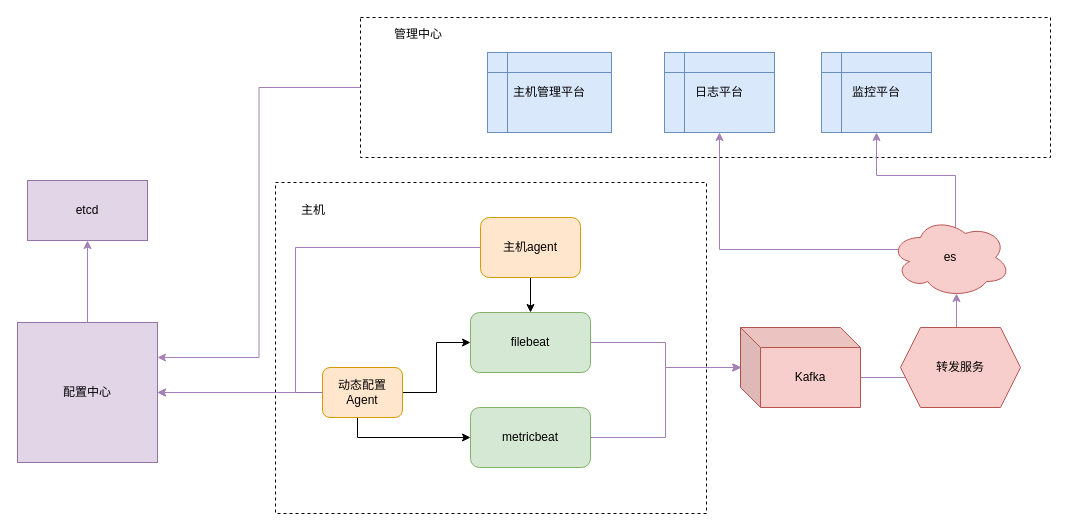
Earlier version of the draw.io diagram Untitled Diagram.drawio (ethfoo/drawio). Source tidied: cells renumbered, new cells numbered last; positions are measured from the earlier drawing's top-left corner, leaving out a move shared by most shapes. Both pictures are drawn from the tidied source at 100%, with x=0, y=0 at pixel (17, 17).
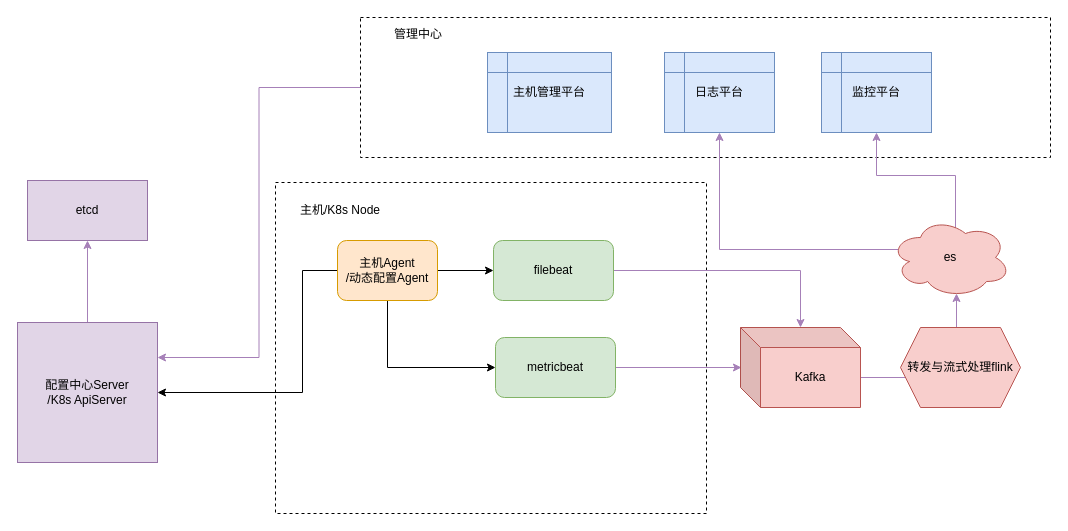
Above is the later version.

Change to the diagram source:
```diff
@@
-    <mxCell id="6" value="配置中心" style="whiteSpace=wrap;html=1;fillColor=#e1d5e7;strokeColor=#9673a6;" parent="1" vertex="1">
+    <mxCell id="6" value="配置中心Server&lt;br&gt;/K8s ApiServer" style="whiteSpace=wrap;html=1;fillColor=#e1d5e7;strokeColor=#9673a6;" parent="1" vertex="1">
       <mxGeometry y="305" width="140" height="140" as="geometry" />
     </mxCell>
-    <mxCell id="7" style="edgeStyle=orthogonalEdgeStyle;rounded=0;jettySize=auto;html=1;" parent="1" edge="1" source="9" target="11">
-      <mxGeometry relative="1" as="geometry" />
-    </mxCell>
-    <mxCell id="8" style="edgeStyle=orthogonalEdgeStyle;rounded=0;jettySize=auto;html=1;exitX=0.5;exitY=1;exitDx=0;exitDy=0;" parent="1" edge="1" source="9" target="13">
-      <mxGeometry relative="1" as="geometry">
-        <Array as="points">
-          <mxPoint x="340" y="420" />
-        </Array>
-      </mxGeometry>
-    </mxCell>
-    <mxCell id="9" value="动态配置Agent" style="rounded=1;whiteSpace=wrap;html=1;fillColor=#ffe6cc;strokeColor=#d79b00;" parent="1" vertex="1">
-      <mxGeometry x="305" y="350" width="80" height="50" as="geometry" />
-    </mxCell>
@@
     <mxCell id="11" value="filebeat" style="rounded=1;whiteSpace=wrap;html=1;fillColor=#d5e8d4;strokeColor=#82b366;" parent="1" vertex="1">
-      <mxGeometry x="453" y="295" width="120" height="60" as="geometry" />
+      <mxGeometry x="476" y="223" width="120" height="60" as="geometry" />
     </mxCell>
@@
     <mxCell id="13" value="metricbeat" style="rounded=1;whiteSpace=wrap;html=1;fillColor=#d5e8d4;strokeColor=#82b366;" parent="1" vertex="1">
-      <mxGeometry x="453" y="390" width="120" height="60" as="geometry" />
+      <mxGeometry x="478" y="320" width="120" height="60" as="geometry" />
     </mxCell>
-    <mxCell id="14" style="endArrow=classic;html=1;exitX=0;exitY=0.5;exitDx=0;exitDy=0;fillColor=#e1d5e7;strokeColor=#9673a6;" parent="1" edge="1" source="9" target="6">
-      <mxGeometry relative="1" as="geometry" />
-    </mxCell>
-    <mxCell id="15" value="主机" style="text;html=1;strokeColor=none;fillColor=none;align=center;verticalAlign=middle;whiteSpace=wrap;rounded=0;dashed=1;" parent="1" vertex="1">
-      <mxGeometry x="276" y="183" width="40" height="20" as="geometry" />
+    <mxCell id="15" value="主机/K8s Node" style="text;html=1;strokeColor=none;fillColor=none;align=center;verticalAlign=middle;whiteSpace=wrap;rounded=0;dashed=1;" parent="1" vertex="1">
+      <mxGeometry x="276" y="183" width="94" height="20" as="geometry" />
     </mxCell>
@@
+    <mxCell id="22" style="edgeStyle=orthogonalEdgeStyle;rounded=0;jettySize=auto;html=1;exitX=0;exitY=0.5;exitDx=0;exitDy=0;entryX=1;entryY=0.5;entryDx=0;entryDy=0;" parent="1" edge="1" source="23" target="6">
+      <mxGeometry relative="1" as="geometry">
+        <Array as="points">
+          <mxPoint x="285" y="253" />
+          <mxPoint x="285" y="375" />
+        </Array>
+      </mxGeometry>
+    </mxCell>
+    <mxCell id="30" style="edgeStyle=orthogonalEdgeStyle;rounded=0;jettySize=auto;html=1;exitX=0.5;exitY=1;exitDx=0;exitDy=0;entryX=0;entryY=0.5;entryDx=0;entryDy=0;" parent="1" edge="1" source="23" target="13">
+      <mxGeometry relative="1" as="geometry" />
+    </mxCell>
-    <mxCell id="21" style="edgeStyle=orthogonalEdgeStyle;rounded=0;jettySize=auto;html=1;exitX=0.5;exitY=1;exitDx=0;exitDy=0;" parent="1" edge="1" source="23" target="11">
+    <mxCell id="21" style="edgeStyle=orthogonalEdgeStyle;rounded=0;jettySize=auto;html=1;exitX=1;exitY=0.5;exitDx=0;exitDy=0;entryX=0;entryY=0.5;entryDx=0;entryDy=0;" parent="1" edge="1" source="23" target="11">
       <mxGeometry relative="1" as="geometry" />
     </mxCell>
-    <mxCell id="22" style="edgeStyle=orthogonalEdgeStyle;rounded=0;jettySize=auto;html=1;entryX=1;entryY=0.5;entryDx=0;entryDy=0;strokeColor=#A680B8;" parent="1" edge="1" source="23" target="6">
-      <mxGeometry relative="1" as="geometry">
-        <Array as="points">
-          <mxPoint x="278" y="230" />
-          <mxPoint x="278" y="375" />
-        </Array>
-      </mxGeometry>
-    </mxCell>
-    <mxCell id="23" value="主机agent" style="rounded=1;whiteSpace=wrap;html=1;strokeColor=#d79b00;fillColor=#ffe6cc;" parent="1" vertex="1">
-      <mxGeometry x="463" y="200" width="100" height="60" as="geometry" />
+    <mxCell id="23" value="主机Agent&lt;br&gt;/动态配置Agent" style="rounded=1;whiteSpace=wrap;html=1;strokeColor=#d79b00;fillColor=#ffe6cc;" parent="1" vertex="1">
+      <mxGeometry x="320" y="223" width="100" height="60" as="geometry" />
     </mxCell>
@@
-    <mxCell id="28" value="转发服务" style="shape=hexagon;perimeter=hexagonPerimeter2;whiteSpace=wrap;html=1;fixedSize=1;strokeColor=#b85450;fillColor=#f8cecc;" parent="1" vertex="1">
+    <mxCell id="28" value="转发与流式处理flink" style="shape=hexagon;perimeter=hexagonPerimeter2;whiteSpace=wrap;html=1;fixedSize=1;strokeColor=#b85450;fillColor=#f8cecc;" parent="1" vertex="1">
       <mxGeometry x="883" y="310" width="120" height="80" as="geometry" />
     </mxCell>
```
